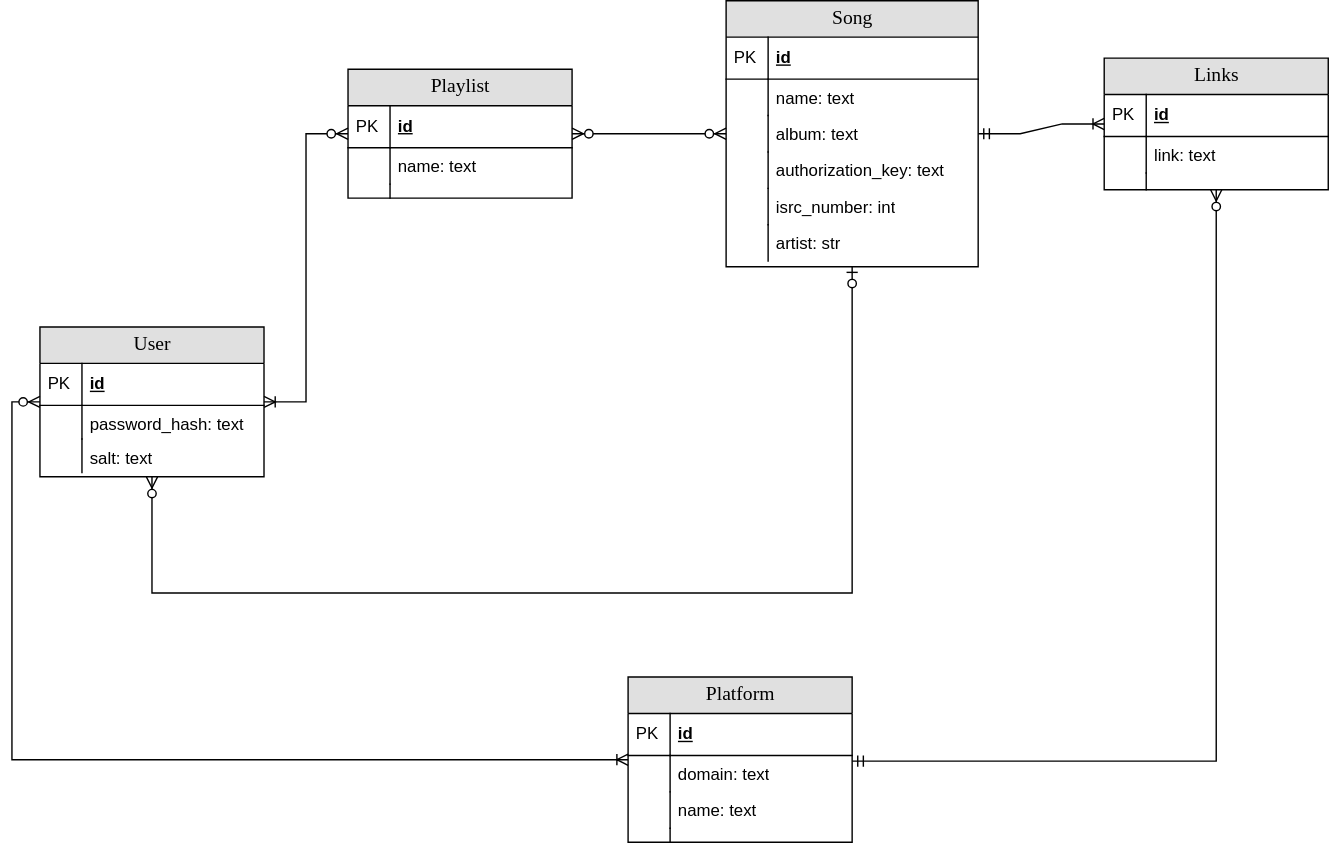
Before: docs/ER Diagram.drawio.svg, a diagram exported from draw.io (StarDylan/SongStackify). Source tidied: cells renumbered, new cells last; positions are measured from the earlier drawing's top-left corner, leaving out a move shared by most shapes.
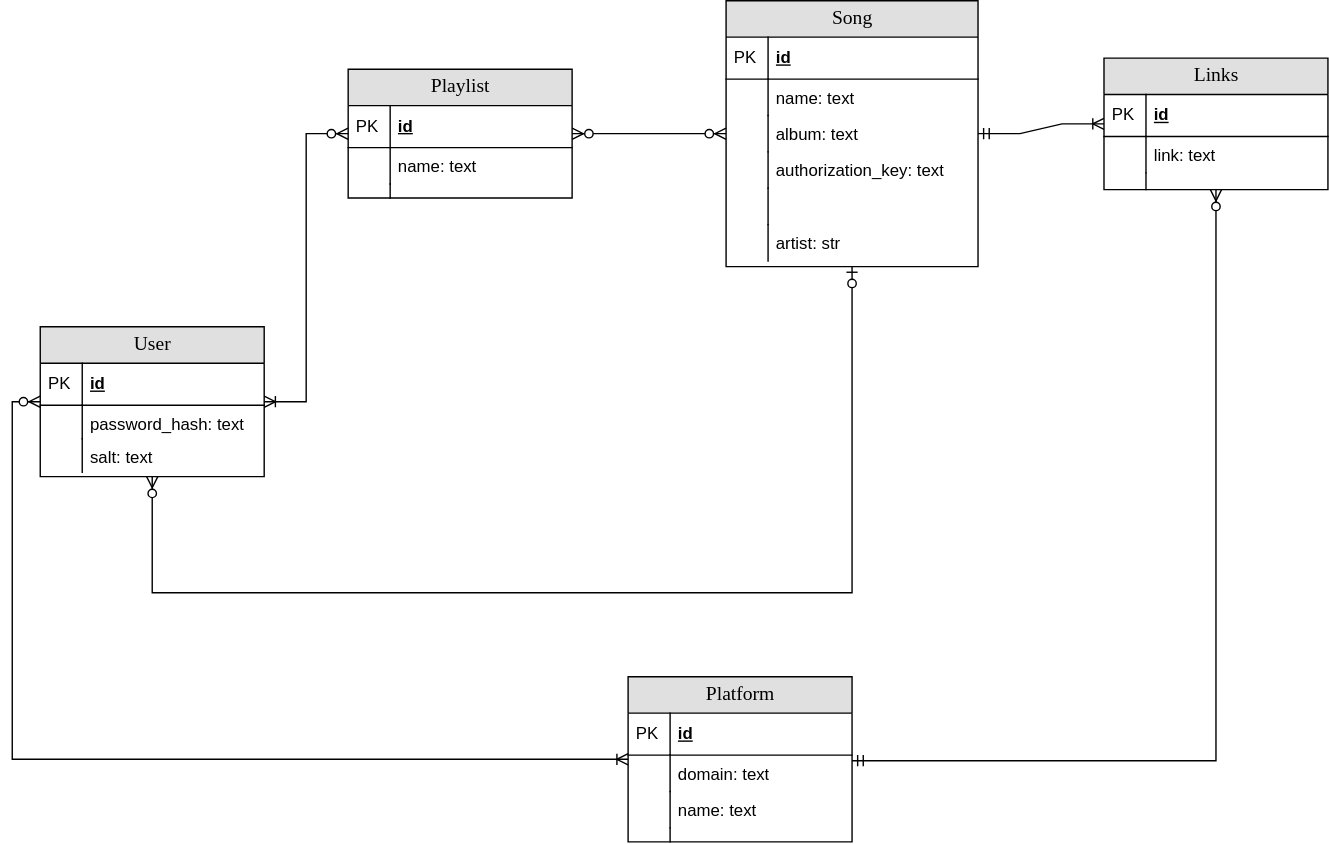
After the commit.

Commit message:
Remove unused ISRC number

Change to the diagram source:
```diff
@@ -29,7 +29,7 @@
     <mxCell id="10" style="shape=partialRectangle;top=0;left=0;bottom=0;html=1;fillColor=none;align=left;verticalAlign=top;spacingLeft=4;spacingRight=4;whiteSpace=wrap;overflow=hidden;" parent="9" vertex="1">
       <mxGeometry width="30" height="26" as="geometry" />
     </mxCell>
-    <mxCell id="11" value="isrc_number: int" style="shape=partialRectangle;top=0;left=0;right=0;bottom=0;html=1;align=left;verticalAlign=top;fillColor=none;spacingLeft=34;spacingRight=4;whiteSpace=wrap;overflow=hidden;" parent="2" vertex="1">
+    <mxCell id="11" style="shape=partialRectangle;top=0;left=0;right=0;bottom=0;html=1;align=left;verticalAlign=top;fillColor=none;spacingLeft=34;spacingRight=4;whiteSpace=wrap;overflow=hidden;" parent="2" vertex="1">
       <mxGeometry y="134" width="180" height="26" as="geometry" />
     </mxCell>
     <mxCell id="12" style="shape=partialRectangle;top=0;left=0;bottom=0;html=1;fillColor=none;align=left;verticalAlign=top;spacingLeft=4;spacingRight=4;whiteSpace=wrap;overflow=hidden;" parent="11" vertex="1">
```
